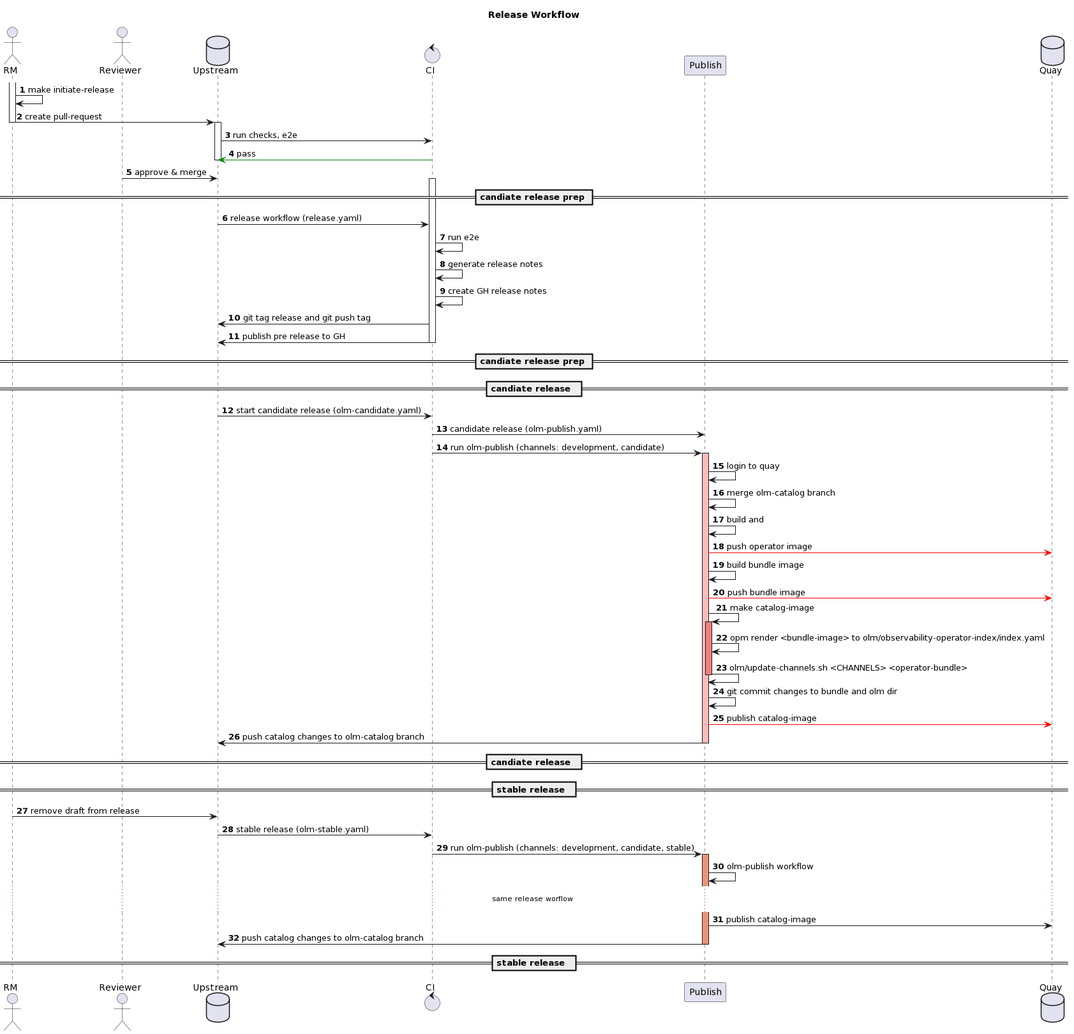
The PlantUML diagram docs/design/assets/release.png in rhobs/observability-operator, before a commit. Source of this version:
```plantuml
@startuml
title Release Workflow
autonumber
actor RM order 10
actor Reviewer order 20
database Upstream order 30
control CI order 40
participant Publish order 50
database Quay order 60

activate RM
RM -> RM: make initiate-release
RM -> Upstream: create pull-request
deactivate RM

activate Upstream
Upstream -> CI: run checks, e2e
CI -[#green]> Upstream:  pass
deactivate Upstream

actor Reviewer
Reviewer -> Upstream: approve & merge

== candiate release prep ==
activate CI
Upstream -> CI: release workflow (release.yaml)
CI -> CI: run e2e
CI -> CI: generate release notes
CI -> CI: create GH release notes
CI -> Upstream: git tag release and git push tag
CI -> Upstream: publish pre release to GH
deactivate CI
== candiate release prep ==

== candiate release  ==
Upstream -> CI: start candidate release (olm-candidate.yaml)
CI -> Publish: candidate release (olm-publish.yaml)
CI -> Publish: run olm-publish (channels: development, candidate)
    activate Publish #FFBBBB
    Publish -> Publish: login to quay
    Publish -> Publish: merge olm-catalog branch
    Publish -> Publish: build and
    Publish -[#red]> Quay: push operator image
    Publish -> Publish: build bundle image
    Publish -[#red]> Quay: push bundle image
    Publish -> Publish: make catalog-image

        activate Publish #lightcoral
        Publish -> Publish: opm render <bundle-image> to olm/observability-operator-index/index.yaml
        Publish -> Publish: olm/update-channels.sh <CHANNELS> <operator-bundle>
        deactivate Publish
    Publish -> Publish: git commit changes to bundle and olm dir
    Publish -[#red]> Quay: publish catalog-image
    Publish -> Upstream:  push catalog changes to olm-catalog branch
    deactivate Publish
== candiate release  ==

== stable release  ==
RM -> Upstream: remove draft from release
Upstream -> CI: stable release (olm-stable.yaml)
CI -> Publish: run olm-publish (channels: development, candidate, stable)
    activate Publish #DarkSalmon
    Publish -> Publish: olm-publish workflow
    ...same release worflow...
    Publish -> Quay: publish catalog-image
    Publish -> Upstream:  push catalog changes to olm-catalog branch
    deactivate Publish
== stable release  ==






@enduml
```
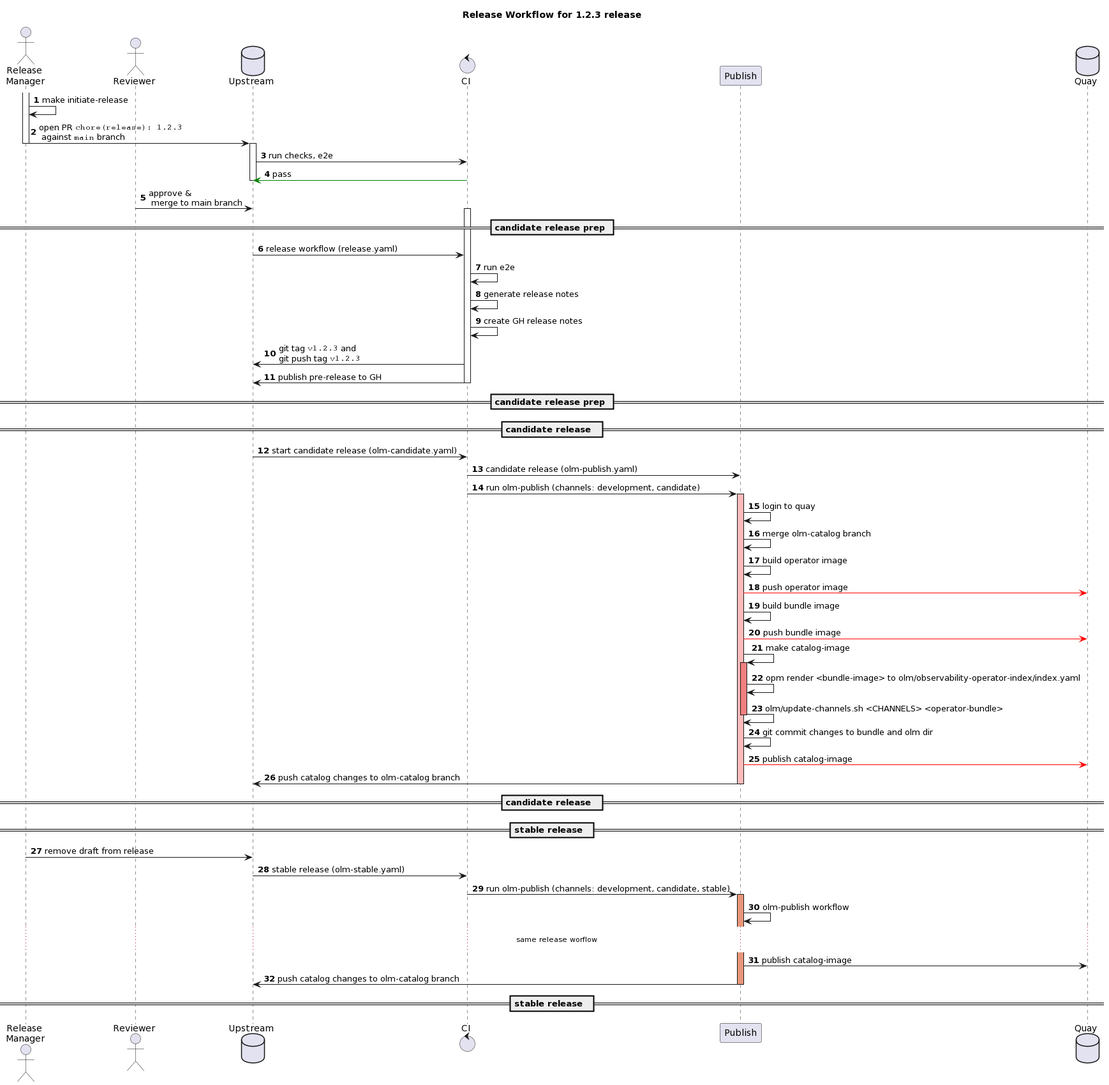
Above is the later version.

Commit message:
chore: address comments

What changed in the source:
```diff
@@ -1,7 +1,9 @@
 @startuml
-title Release Workflow
+
+title Release Workflow for 1.2.3 release
+
 autonumber
-actor RM order 10
+actor "Release\n Manager" as RM order 10
 actor Reviewer order 20
 database Upstream order 30
 control CI order 40
@@ -10,7 +12,7 @@
 
 activate RM
 RM -> RM: make initiate-release
-RM -> Upstream: create pull-request
+RM -> Upstream: open PR ""chore(release): 1.2.3"" \n against ""main"" branch
 deactivate RM
 
 activate Upstream
@@ -18,28 +20,27 @@
 CI -[#green]> Upstream:  pass
 deactivate Upstream
 
-actor Reviewer
-Reviewer -> Upstream: approve & merge
+Reviewer -> Upstream: approve &\n merge to main branch
 
-== candiate release prep ==
+== candidate release prep ==
 activate CI
 Upstream -> CI: release workflow (release.yaml)
 CI -> CI: run e2e
 CI -> CI: generate release notes
 CI -> CI: create GH release notes
-CI -> Upstream: git tag release and git push tag
-CI -> Upstream: publish pre release to GH
+CI -> Upstream: git tag ""v1.2.3"" and \ngit push tag ""v1.2.3""
+CI -> Upstream: publish pre-release to GH
 deactivate CI
-== candiate release prep ==
+== candidate release prep ==
 
-== candiate release  ==
+== candidate release  ==
 Upstream -> CI: start candidate release (olm-candidate.yaml)
 CI -> Publish: candidate release (olm-publish.yaml)
 CI -> Publish: run olm-publish (channels: development, candidate)
     activate Publish #FFBBBB
     Publish -> Publish: login to quay
     Publish -> Publish: merge olm-catalog branch
-    Publish -> Publish: build and
+    Publish -> Publish: build operator image
     Publish -[#red]> Quay: push operator image
     Publish -> Publish: build bundle image
     Publish -[#red]> Quay: push bundle image
@@ -53,7 +54,7 @@
     Publish -[#red]> Quay: publish catalog-image
     Publish -> Upstream:  push catalog changes to olm-catalog branch
     deactivate Publish
-== candiate release  ==
+== candidate release  ==
 
 == stable release  ==
 RM -> Upstream: remove draft from release
@@ -66,10 +67,4 @@
     Publish -> Upstream:  push catalog changes to olm-catalog branch
     deactivate Publish
 == stable release  ==
-
-
-
-
-
-
 @enduml
```
